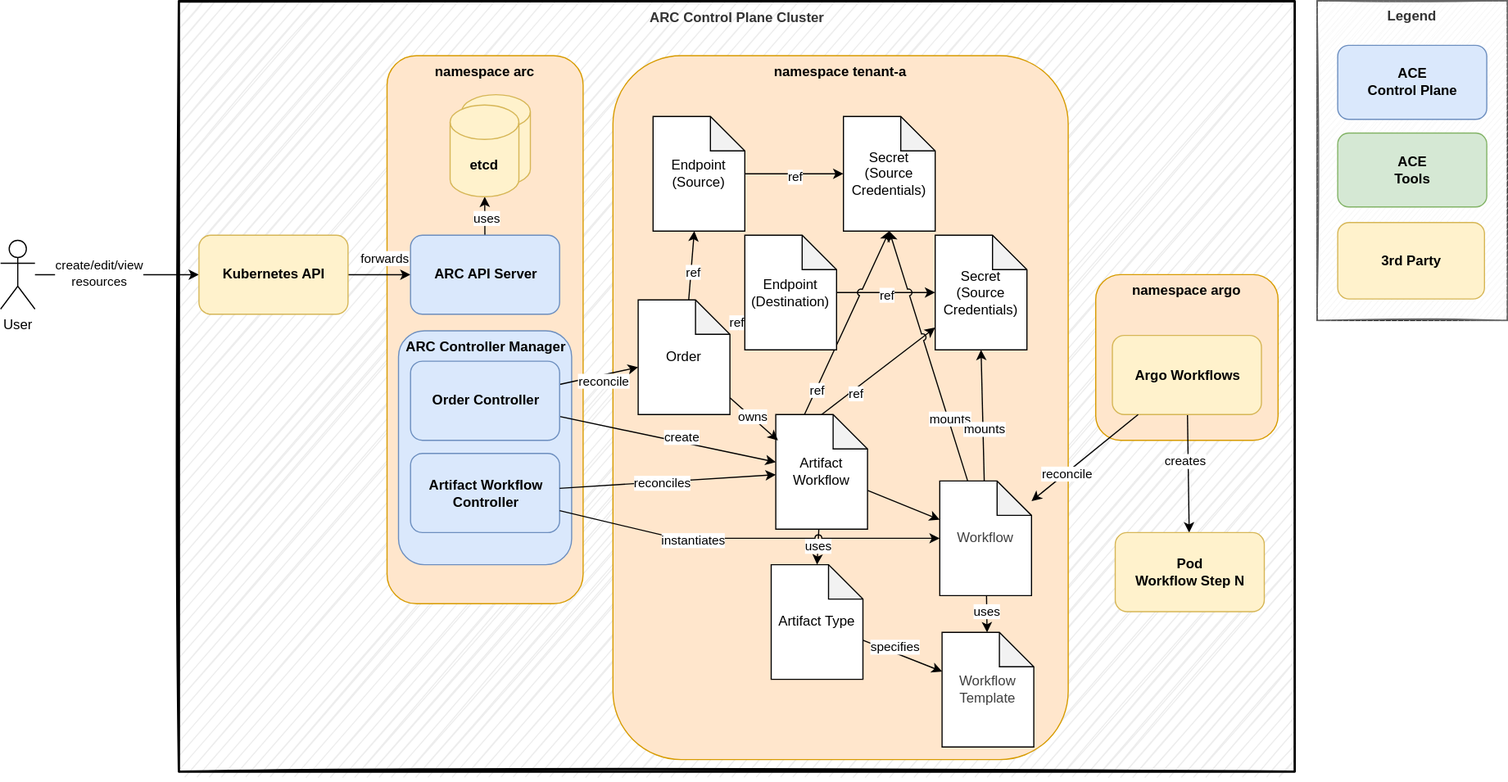
opendefensecloud/artifact-conduit keeps this draw.io diagram as docs/developer-guide/adrs/img/0-arc-architecture.drawio.svg. Above is the earlier version. Source tidied: cells renumbered, new cells last; positions are measured from the earlier drawing's top-left corner, leaving out a move shared by most shapes.
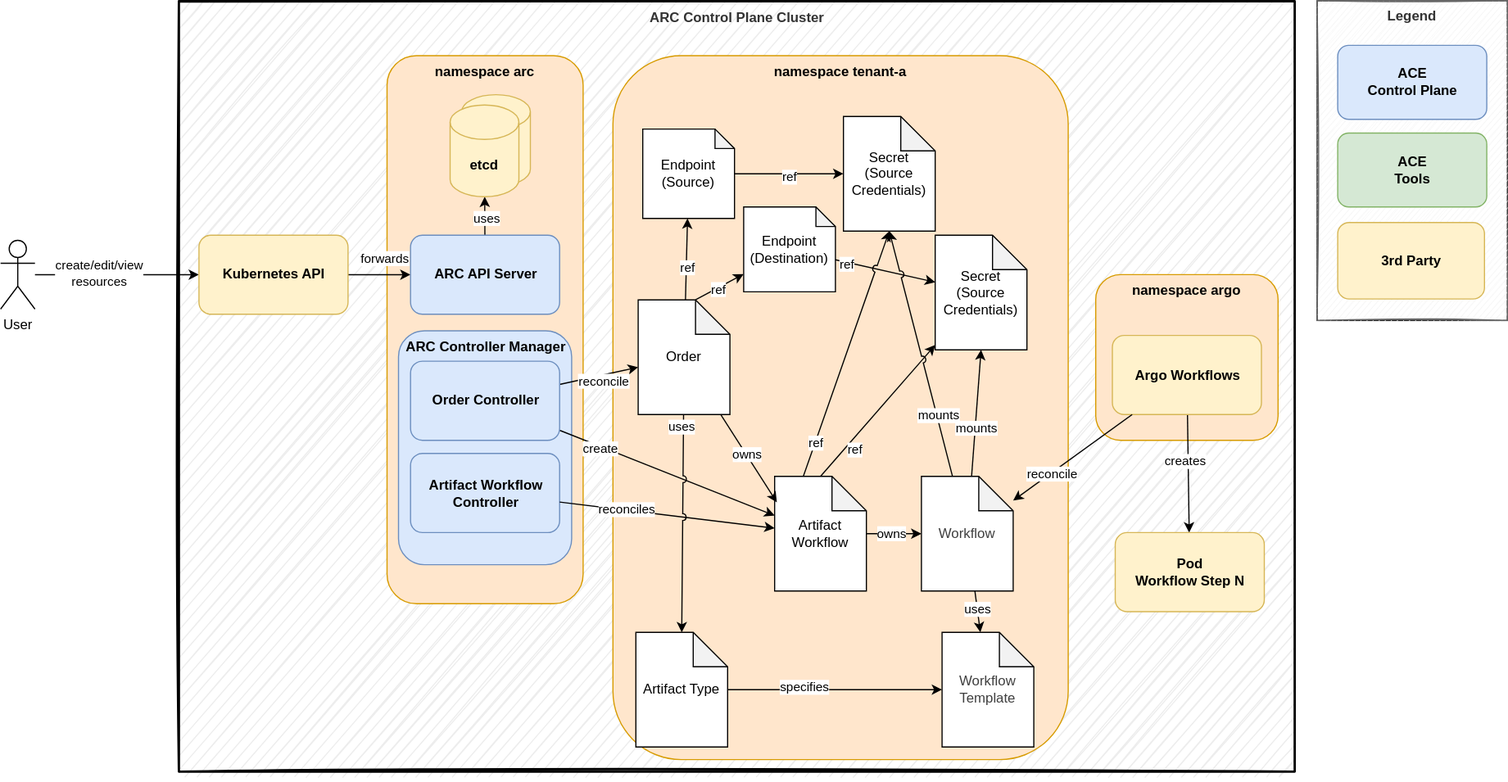
The same file after the commit.

Change to the diagram source:
```diff
@@ -107,11 +107,13 @@
     <mxCell id="29" value="ref" style="edgeLabel;html=1;align=center;verticalAlign=middle;" parent="28" vertex="1">
       <mxGeometry x="-0.18" y="-1" relative="1" as="geometry" />
     </mxCell>
-    <mxCell id="30" style="edgeStyle=none;html=1;" parent="1" edge="1" source="32" target="73">
+    <mxCell id="30" style="edgeStyle=none;html=1;exitX=0;exitY=0;exitDx=50;exitDy=0;exitPerimeter=0;" parent="1" edge="1" source="32" target="73">
       <mxGeometry relative="1" as="geometry" />
     </mxCell>
     <mxCell id="31" value="ref" style="edgeLabel;html=1;align=center;verticalAlign=middle;" parent="30" vertex="1">
-      <mxGeometry x="0.07" y="2" relative="1" as="geometry" />
+      <mxGeometry x="0.07" y="2" relative="1" as="geometry">
+        <mxPoint x="-2" y="4" as="offset" />
+      </mxGeometry>
     </mxCell>
     <mxCell id="32" value="&lt;div&gt;Order&lt;/div&gt;" style="shape=note;whiteSpace=wrap;html=1;backgroundOutline=1;darkOpacity=0.05;" parent="1" vertex="1">
       <mxGeometry x="556" y="261" width="80" height="100" as="geometry" />
@@ -142,14 +144,16 @@
     <mxCell id="40" value="ref" style="edgeLabel;html=1;align=center;verticalAlign=middle;" parent="39" vertex="1">
       <mxGeometry x="-0.01" y="-2" relative="1" as="geometry" />
     </mxCell>
-    <mxCell id="41" value="&lt;div&gt;Endpoint&lt;/div&gt;&lt;div&gt;(Source)&lt;/div&gt;" style="shape=note;whiteSpace=wrap;html=1;backgroundOutline=1;darkOpacity=0.05;" parent="1" vertex="1">
-      <mxGeometry x="569" y="101" width="80" height="100" as="geometry" />
+    <mxCell id="41" value="&lt;div&gt;Endpoint&lt;/div&gt;&lt;div&gt;(Source)&lt;/div&gt;" style="shape=note;whiteSpace=wrap;html=1;backgroundOutline=1;darkOpacity=0.05;size=17;" parent="1" vertex="1">
+      <mxGeometry x="560" y="112" width="80" height="78" as="geometry" />
     </mxCell>
-    <mxCell id="42" style="edgeStyle=orthogonalEdgeStyle;rounded=0;jettySize=auto;html=1;" parent="1" edge="1" source="73" target="68">
+    <mxCell id="42" style="rounded=0;jettySize=auto;html=1;" parent="1" edge="1" source="73" target="68">
       <mxGeometry relative="1" as="geometry" />
     </mxCell>
     <mxCell id="43" value="ref" style="edgeLabel;html=1;align=center;verticalAlign=middle;" parent="42" vertex="1">
-      <mxGeometry x="-0.01" y="-2" relative="1" as="geometry" />
+      <mxGeometry x="-0.01" y="-2" relative="1" as="geometry">
+        <mxPoint x="-33" y="-8" as="offset" />
+      </mxGeometry>
     </mxCell>
     <mxCell id="44" style="edgeStyle=none;html=1;" parent="1" edge="1" source="46" target="52">
       <mxGeometry relative="1" as="geometry" />
@@ -175,7 +179,7 @@
       </mxGeometry>
     </mxCell>
     <mxCell id="51" value="&lt;div&gt;Artifact Type&lt;/div&gt;" style="shape=note;whiteSpace=wrap;html=1;backgroundOutline=1;darkOpacity=0.05;" parent="1" vertex="1">
-      <mxGeometry x="672" y="492" width="80" height="100" as="geometry" />
+      <mxGeometry x="554" y="551" width="80" height="100" as="geometry" />
     </mxCell>
     <mxCell id="52" value="Pod&lt;div&gt;Workflow Step N&lt;/div&gt;" style="html=1;align=center;fillColor=#fff2cc;strokeColor=#d6b656;fontStyle=1;rounded=1;" parent="1" vertex="1">
       <mxGeometry x="972" y="464" width="130" height="69" as="geometry" />
@@ -190,7 +194,7 @@
       <mxGeometry x="-0.13" relative="1" as="geometry" />
     </mxCell>
     <mxCell id="56" value="&lt;div&gt;&lt;span style=&quot;color: rgb(63, 63, 63); background-color: transparent;&quot;&gt;Workflow&lt;/span&gt;&lt;/div&gt;" style="shape=note;whiteSpace=wrap;html=1;backgroundOutline=1;darkOpacity=0.05;" parent="1" vertex="1">
-      <mxGeometry x="819" y="419" width="80" height="100" as="geometry" />
+      <mxGeometry x="803" y="415" width="80" height="100" as="geometry" />
     </mxCell>
     <mxCell id="57" style="rounded=0;jettySize=auto;html=1;exitX=0.5;exitY=0;exitDx=0;exitDy=0;exitPerimeter=0;" parent="1" edge="1" source="60" target="68">
       <mxGeometry relative="1" as="geometry" />
@@ -203,8 +207,11 @@
     <mxCell id="59" style="rounded=0;jettySize=auto;html=1;" parent="1" edge="1" source="60" target="56">
       <mxGeometry relative="1" as="geometry" />
     </mxCell>
+    <mxCell id="85" value="owns" style="edgeLabel;html=1;align=center;verticalAlign=middle;" parent="59" vertex="1">
+      <mxGeometry x="-0.13" y="1" relative="1" as="geometry" />
+    </mxCell>
     <mxCell id="60" value="&lt;div&gt;Artifact&lt;/div&gt;&lt;div&gt;Workflow&lt;/div&gt;" style="shape=note;whiteSpace=wrap;html=1;backgroundOutline=1;darkOpacity=0.05;" parent="1" vertex="1">
-      <mxGeometry x="676" y="361" width="80" height="100" as="geometry" />
+      <mxGeometry x="675" y="415" width="80" height="100" as="geometry" />
     </mxCell>
     <mxCell id="61" value="ARC Controller Manager" style="html=1;align=center;fillColor=#dae8fc;strokeColor=#6c8ebf;fontStyle=1;rounded=1;verticalAlign=top;" parent="1" vertex="1">
       <mxGeometry x="347" y="288" width="151" height="204" as="geometry" />
@@ -221,7 +228,9 @@
       <mxGeometry relative="1" as="geometry" />
     </mxCell>
     <mxCell id="65" value="create" style="edgeLabel;html=1;align=center;verticalAlign=middle;" parent="64" vertex="1">
-      <mxGeometry x="0.11" y="4" relative="1" as="geometry" />
+      <mxGeometry x="0.11" y="4" relative="1" as="geometry">
+        <mxPoint x="-71" y="-22" as="offset" />
+      </mxGeometry>
     </mxCell>
     <mxCell id="66" value="Order Controller" style="html=1;align=center;fillColor=#dae8fc;strokeColor=#6c8ebf;fontStyle=1;rounded=1;" parent="1" vertex="1">
       <mxGeometry x="357.5" y="314.5" width="130" height="69" as="geometry" />
@@ -244,34 +253,20 @@
     <mxCell id="72" value="ref" style="edgeLabel;html=1;align=center;verticalAlign=middle;" parent="71" vertex="1">
       <mxGeometry x="-0.73" relative="1" as="geometry" />
     </mxCell>
-    <mxCell id="73" value="&lt;div&gt;Endpoint&lt;br&gt;(Destination)&lt;/div&gt;" style="shape=note;whiteSpace=wrap;html=1;backgroundOutline=1;darkOpacity=0.05;" parent="1" vertex="1">
-      <mxGeometry x="649" y="204.6" width="80" height="100" as="geometry" />
+    <mxCell id="73" value="&lt;div&gt;Endpoint&lt;br&gt;(Destination)&lt;/div&gt;" style="shape=note;whiteSpace=wrap;html=1;backgroundOutline=1;darkOpacity=0.05;size=17;" parent="1" vertex="1">
+      <mxGeometry x="648" y="180" width="80" height="74" as="geometry" />
     </mxCell>
     <mxCell id="74" value="Artifact Workflow&lt;br&gt;Controller" style="html=1;align=center;fillColor=#dae8fc;strokeColor=#6c8ebf;fontStyle=1;rounded=1;" parent="1" vertex="1">
       <mxGeometry x="357.5" y="395" width="130" height="69" as="geometry" />
     </mxCell>
-    <mxCell id="75" style="rounded=0;jettySize=auto;html=1;entryX=0.5;entryY=0;entryDx=0;entryDy=0;entryPerimeter=0;" parent="1" edge="1" source="60" target="51">
-      <mxGeometry relative="1" as="geometry" />
-    </mxCell>
-    <mxCell id="76" value="uses" style="edgeLabel;html=1;align=center;verticalAlign=middle;" parent="75" vertex="1">
-      <mxGeometry x="-0.04" relative="1" as="geometry" />
-    </mxCell>
     <mxCell id="77" style="rounded=0;jettySize=auto;html=1;" parent="1" edge="1" source="74" target="60">
       <mxGeometry relative="1" as="geometry" />
     </mxCell>
     <mxCell id="78" value="reconciles" style="edgeLabel;html=1;align=center;verticalAlign=middle;" parent="77" vertex="1">
-      <mxGeometry x="-0.06" y="-1" relative="1" as="geometry" />
+      <mxGeometry x="-0.06" y="-1" relative="1" as="geometry">
+        <mxPoint x="-30" y="-6" as="offset" />
+      </mxGeometry>
     </mxCell>
-    <mxCell id="79" style="rounded=0;jettySize=auto;html=1;entryX=0;entryY=0.5;entryDx=0;entryDy=0;entryPerimeter=0;jumpStyle=arc;" parent="1" edge="1" source="74" target="56">
-      <mxGeometry relative="1" as="geometry">
-        <Array as="points">
-          <mxPoint x="589" y="469" />
-        </Array>
-      </mxGeometry>
-    </mxCell>
-    <mxCell id="80" value="instantiates" style="edgeLabel;html=1;align=center;verticalAlign=middle;" parent="79" vertex="1">
-      <mxGeometry x="-0.29" y="-1" relative="1" as="geometry" />
-    </mxCell>
     <mxCell id="81" style="rounded=0;jettySize=auto;html=1;entryX=0.5;entryY=1;entryDx=0;entryDy=0;entryPerimeter=0;jumpStyle=arc;" parent="1" edge="1" source="56" target="67">
       <mxGeometry relative="1" as="geometry" />
     </mxCell>
@@ -284,5 +279,13 @@
     <mxCell id="84" value="mounts" style="edgeLabel;html=1;align=center;verticalAlign=middle;" parent="83" vertex="1">
       <mxGeometry x="-0.22" y="-1" relative="1" as="geometry" />
     </mxCell>
+    <mxCell id="75" style="rounded=0;jettySize=auto;html=1;entryX=0.5;entryY=0;entryDx=0;entryDy=0;entryPerimeter=0;jumpStyle=arc;" parent="1" edge="1" source="32" target="51">
+      <mxGeometry relative="1" as="geometry" />
+    </mxCell>
+    <mxCell id="76" value="uses" style="edgeLabel;html=1;align=center;verticalAlign=middle;" parent="75" vertex="1">
+      <mxGeometry x="-0.04" relative="1" as="geometry">
+        <mxPoint x="-1" y="-81" as="offset" />
+      </mxGeometry>
+    </mxCell>
   </root>
 </mxGraphModel>
```
